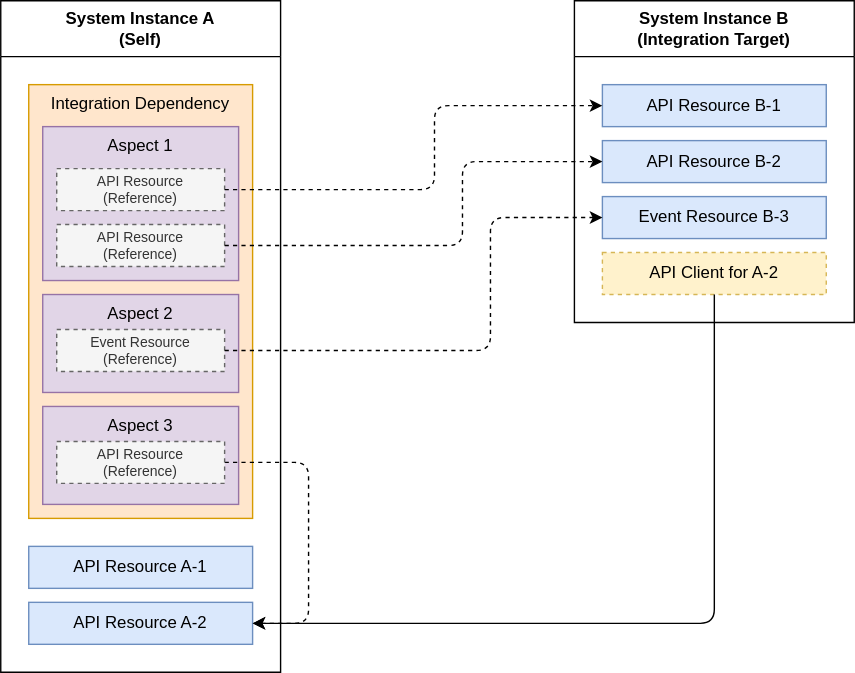
The draw.io diagram public/img/spec/integration-dependency.drawio.svg in open-resource-discovery/presentation, before a commit. Source tidied: cells renumbered, new cells last; positions are measured from the earlier drawing's top-left corner, leaving out a move shared by most shapes.
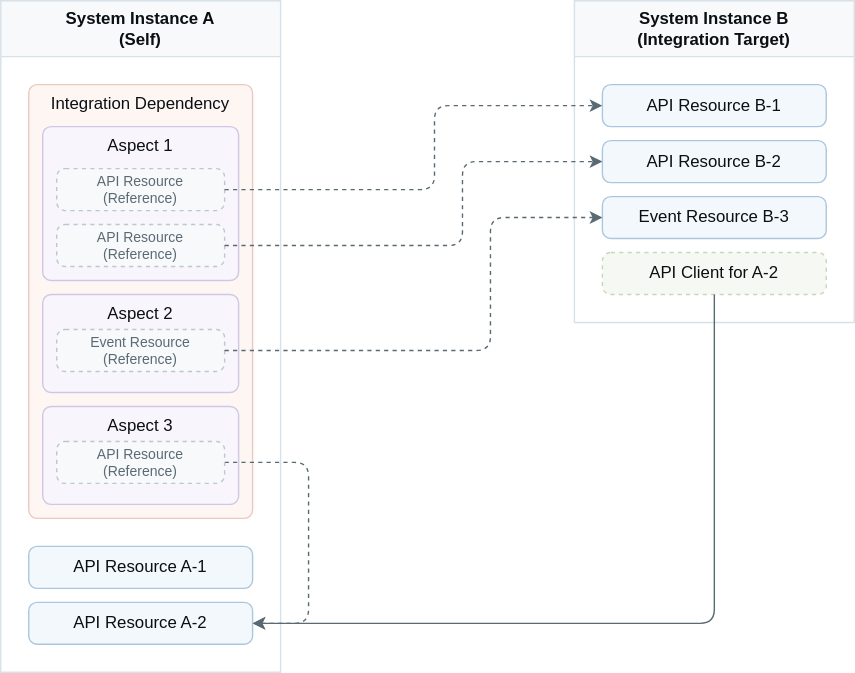
The same diagram one commit later.

Change to the diagram source:
```diff
@@ -2,37 +2,37 @@
   <root>
     <mxCell id="0" />
     <mxCell id="1" parent="0" />
-    <mxCell id="2" value="System Instance A&lt;br&gt;(Self)" style="swimlane;whiteSpace=wrap;html=1;startSize=40;" parent="1" vertex="1">
+    <mxCell id="2" value="System Instance A&lt;br&gt;(Self)" style="swimlane;whiteSpace=wrap;html=1;startSize=40;fontColor=#25343e;fillColor=#f8f9fb;swimlaneFillColor=#ffffff;strokeColor=#d8e1e7;" parent="1" vertex="1">
       <mxGeometry width="200" height="480" as="geometry" />
     </mxCell>
-    <mxCell id="3" value="API Resource A-1" style="rounded=0;whiteSpace=wrap;html=1;fillColor=#dae8fc;strokeColor=#6c8ebf;" parent="2" vertex="1">
+    <mxCell id="3" value="API Resource A-1" style="rounded=1;whiteSpace=wrap;html=1;fillColor=#f3f8fd;strokeColor=#aac7df;fontColor=#0a0f12;arcSize=12;absoluteArcSize=1;" parent="2" vertex="1">
       <mxGeometry x="20" y="390" width="160" height="30" as="geometry" />
     </mxCell>
-    <mxCell id="4" value="API Resource A-2" style="rounded=0;whiteSpace=wrap;html=1;fillColor=#dae8fc;strokeColor=#6c8ebf;" parent="2" vertex="1">
+    <mxCell id="4" value="API Resource A-2" style="rounded=1;whiteSpace=wrap;html=1;fillColor=#f3f8fd;strokeColor=#aac7df;fontColor=#0a0f12;arcSize=12;absoluteArcSize=1;" parent="2" vertex="1">
       <mxGeometry x="20" y="430" width="160" height="30" as="geometry" />
     </mxCell>
-    <mxCell id="5" value="Integration Dependency" style="rounded=0;whiteSpace=wrap;html=1;verticalAlign=top;fillColor=#ffe6cc;strokeColor=#d79b00;" parent="2" vertex="1">
+    <mxCell id="5" value="Integration Dependency" style="rounded=1;whiteSpace=wrap;html=1;verticalAlign=top;fillColor=#fdf6f3;strokeColor=#ecc9bf;fontColor=#0a0f12;arcSize=12;absoluteArcSize=1;" parent="2" vertex="1">
       <mxGeometry x="20" y="60" width="160" height="310" as="geometry" />
     </mxCell>
-    <mxCell id="6" value="Aspect 1" style="rounded=0;whiteSpace=wrap;html=1;verticalAlign=top;fillColor=#e1d5e7;strokeColor=#9673a6;" parent="2" vertex="1">
+    <mxCell id="6" value="Aspect 1" style="rounded=1;whiteSpace=wrap;html=1;verticalAlign=top;fillColor=#f8f5fc;strokeColor=#d0c6e5;fontColor=#0a0f12;arcSize=12;absoluteArcSize=1;" parent="2" vertex="1">
       <mxGeometry x="30" y="90" width="140" height="110" as="geometry" />
     </mxCell>
-    <mxCell id="7" value="Aspect 2" style="rounded=0;whiteSpace=wrap;html=1;verticalAlign=top;fillColor=#e1d5e7;strokeColor=#9673a6;" parent="2" vertex="1">
+    <mxCell id="7" value="Aspect 2" style="rounded=1;whiteSpace=wrap;html=1;verticalAlign=top;fillColor=#f8f5fc;strokeColor=#d0c6e5;fontColor=#0a0f12;arcSize=12;absoluteArcSize=1;" parent="2" vertex="1">
       <mxGeometry x="30" y="210" width="140" height="70" as="geometry" />
     </mxCell>
-    <mxCell id="8" value="API Resource&amp;nbsp;&lt;br style=&quot;font-size: 10px;&quot;&gt;(Reference)" style="rounded=0;whiteSpace=wrap;html=1;dashed=1;fillColor=#f5f5f5;strokeColor=#666666;fontColor=#333333;fontSize=10;" parent="2" vertex="1">
+    <mxCell id="8" value="API Resource&amp;nbsp;&lt;br style=&quot;font-size: 10px;&quot;&gt;(Reference)" style="rounded=1;whiteSpace=wrap;html=1;dashed=1;fillColor=#f8f9fb;strokeColor=#bcc8d0;fontColor=#5a6a73;fontSize=10;arcSize=12;absoluteArcSize=1;" parent="2" vertex="1">
       <mxGeometry x="40" y="120" width="120" height="30" as="geometry" />
     </mxCell>
-    <mxCell id="9" value="API Resource&amp;nbsp;&lt;br style=&quot;border-color: var(--border-color); font-size: 10px;&quot;&gt;(Reference)" style="rounded=0;whiteSpace=wrap;html=1;dashed=1;fillColor=#f5f5f5;strokeColor=#666666;fontColor=#333333;fontSize=10;" parent="2" vertex="1">
+    <mxCell id="9" value="API Resource&amp;nbsp;&lt;br style=&quot;border-color: var(--border-color); font-size: 10px;&quot;&gt;(Reference)" style="rounded=1;whiteSpace=wrap;html=1;dashed=1;fillColor=#f8f9fb;strokeColor=#bcc8d0;fontColor=#5a6a73;fontSize=10;arcSize=12;absoluteArcSize=1;" parent="2" vertex="1">
       <mxGeometry x="40" y="160" width="120" height="30" as="geometry" />
     </mxCell>
-    <mxCell id="10" value="Event Resource (Reference)" style="rounded=0;whiteSpace=wrap;html=1;dashed=1;fillColor=#f5f5f5;strokeColor=#666666;fontColor=#333333;fontSize=10;" parent="2" vertex="1">
+    <mxCell id="10" value="Event Resource (Reference)" style="rounded=1;whiteSpace=wrap;html=1;dashed=1;fillColor=#f8f9fb;strokeColor=#bcc8d0;fontColor=#5a6a73;fontSize=10;arcSize=12;absoluteArcSize=1;" parent="2" vertex="1">
       <mxGeometry x="40" y="235" width="120" height="30" as="geometry" />
     </mxCell>
-    <mxCell id="11" value="Aspect 3" style="rounded=0;whiteSpace=wrap;html=1;verticalAlign=top;fillColor=#e1d5e7;strokeColor=#9673a6;" parent="2" vertex="1">
+    <mxCell id="11" value="Aspect 3" style="rounded=1;whiteSpace=wrap;html=1;verticalAlign=top;fillColor=#f8f5fc;strokeColor=#d0c6e5;fontColor=#0a0f12;arcSize=12;absoluteArcSize=1;" parent="2" vertex="1">
       <mxGeometry x="30" y="290" width="140" height="70" as="geometry" />
     </mxCell>
-    <mxCell id="12" style="edgeStyle=none;html=1;entryX=1;entryY=0.5;entryDx=0;entryDy=0;dashed=1;" parent="2" edge="1" source="13" target="4">
+    <mxCell id="12" style="edgeStyle=none;html=1;entryX=1;entryY=0.5;entryDx=0;entryDy=0;dashed=1;fontColor=#0a0f12;strokeColor=#5a6a73;" parent="2" edge="1" source="13" target="4">
       <mxGeometry relative="1" as="geometry">
         <Array as="points">
           <mxPoint x="220" y="330" />
@@ -40,25 +40,25 @@
         </Array>
       </mxGeometry>
     </mxCell>
-    <mxCell id="13" value="API Resource&amp;nbsp;&lt;br style=&quot;border-color: var(--border-color); font-size: 10px;&quot;&gt;(Reference)" style="rounded=0;whiteSpace=wrap;html=1;dashed=1;fillColor=#f5f5f5;strokeColor=#666666;fontColor=#333333;fontSize=10;" parent="2" vertex="1">
+    <mxCell id="13" value="API Resource&amp;nbsp;&lt;br style=&quot;border-color: var(--border-color); font-size: 10px;&quot;&gt;(Reference)" style="rounded=1;whiteSpace=wrap;html=1;dashed=1;fillColor=#f8f9fb;strokeColor=#bcc8d0;fontColor=#5a6a73;fontSize=10;arcSize=12;absoluteArcSize=1;" parent="2" vertex="1">
       <mxGeometry x="40" y="315" width="120" height="30" as="geometry" />
     </mxCell>
-    <mxCell id="14" value="System Instance B &lt;br&gt;(Integration Target)" style="swimlane;whiteSpace=wrap;html=1;startSize=40;" parent="1" vertex="1">
+    <mxCell id="14" value="System Instance B &lt;br&gt;(Integration Target)" style="swimlane;whiteSpace=wrap;html=1;startSize=40;fontColor=#25343e;fillColor=#f8f9fb;swimlaneFillColor=#ffffff;strokeColor=#d8e1e7;" parent="1" vertex="1">
       <mxGeometry x="410" width="200" height="230" as="geometry" />
     </mxCell>
-    <mxCell id="15" value="API Resource B-1" style="rounded=0;whiteSpace=wrap;html=1;fillColor=#dae8fc;strokeColor=#6c8ebf;" parent="14" vertex="1">
+    <mxCell id="15" value="API Resource B-1" style="rounded=1;whiteSpace=wrap;html=1;fillColor=#f3f8fd;strokeColor=#aac7df;fontColor=#0a0f12;arcSize=12;absoluteArcSize=1;" parent="14" vertex="1">
       <mxGeometry x="20" y="60" width="160" height="30" as="geometry" />
     </mxCell>
-    <mxCell id="16" value="API Resource B-2" style="rounded=0;whiteSpace=wrap;html=1;fillColor=#dae8fc;strokeColor=#6c8ebf;" parent="14" vertex="1">
+    <mxCell id="16" value="API Resource B-2" style="rounded=1;whiteSpace=wrap;html=1;fillColor=#f3f8fd;strokeColor=#aac7df;fontColor=#0a0f12;arcSize=12;absoluteArcSize=1;" parent="14" vertex="1">
       <mxGeometry x="20" y="100" width="160" height="30" as="geometry" />
     </mxCell>
-    <mxCell id="17" value="Event Resource B-3" style="rounded=0;whiteSpace=wrap;html=1;fillColor=#dae8fc;strokeColor=#6c8ebf;" parent="14" vertex="1">
+    <mxCell id="17" value="Event Resource B-3" style="rounded=1;whiteSpace=wrap;html=1;fillColor=#f3f8fd;strokeColor=#aac7df;fontColor=#0a0f12;arcSize=12;absoluteArcSize=1;" parent="14" vertex="1">
       <mxGeometry x="20" y="140" width="160" height="30" as="geometry" />
     </mxCell>
-    <mxCell id="18" value="API Client for A-2" style="rounded=0;whiteSpace=wrap;html=1;fillColor=#fff2cc;strokeColor=#d6b656;dashed=1;" parent="14" vertex="1">
+    <mxCell id="18" value="API Client for A-2" style="rounded=1;whiteSpace=wrap;html=1;fillColor=#f6f9f3;strokeColor=#c7d7ba;dashed=1;fontColor=#0a0f12;arcSize=12;absoluteArcSize=1;" parent="14" vertex="1">
       <mxGeometry x="20" y="180" width="160" height="30" as="geometry" />
     </mxCell>
-    <mxCell id="19" style="edgeStyle=none;html=1;entryX=0;entryY=0.5;entryDx=0;entryDy=0;dashed=1;" parent="1" edge="1" source="8" target="15">
+    <mxCell id="19" style="edgeStyle=none;html=1;entryX=0;entryY=0.5;entryDx=0;entryDy=0;dashed=1;fontColor=#0a0f12;strokeColor=#5a6a73;" parent="1" edge="1" source="8" target="15">
       <mxGeometry relative="1" as="geometry">
         <Array as="points">
           <mxPoint x="310" y="135" />
@@ -66,7 +66,7 @@
         </Array>
       </mxGeometry>
     </mxCell>
-    <mxCell id="20" style="edgeStyle=none;html=1;entryX=0;entryY=0.5;entryDx=0;entryDy=0;dashed=1;" parent="1" edge="1" source="9" target="16">
+    <mxCell id="20" style="edgeStyle=none;html=1;entryX=0;entryY=0.5;entryDx=0;entryDy=0;dashed=1;fontColor=#0a0f12;strokeColor=#5a6a73;" parent="1" edge="1" source="9" target="16">
       <mxGeometry relative="1" as="geometry">
         <Array as="points">
           <mxPoint x="330" y="175" />
@@ -74,7 +74,7 @@
         </Array>
       </mxGeometry>
     </mxCell>
-    <mxCell id="21" style="edgeStyle=none;html=1;entryX=0;entryY=0.5;entryDx=0;entryDy=0;dashed=1;" parent="1" edge="1" source="10" target="17">
+    <mxCell id="21" style="edgeStyle=none;html=1;entryX=0;entryY=0.5;entryDx=0;entryDy=0;dashed=1;fontColor=#0a0f12;strokeColor=#5a6a73;" parent="1" edge="1" source="10" target="17">
       <mxGeometry relative="1" as="geometry">
         <Array as="points">
           <mxPoint x="350" y="250" />
@@ -82,7 +82,7 @@
         </Array>
       </mxGeometry>
     </mxCell>
-    <mxCell id="22" style="edgeStyle=none;html=1;entryX=1;entryY=0.5;entryDx=0;entryDy=0;" parent="1" edge="1" source="18" target="4">
+    <mxCell id="22" style="edgeStyle=none;html=1;entryX=1;entryY=0.5;entryDx=0;entryDy=0;fontColor=#0a0f12;strokeColor=#5a6a73;" parent="1" edge="1" source="18" target="4">
       <mxGeometry relative="1" as="geometry">
         <Array as="points">
           <mxPoint x="510" y="445" />
```
